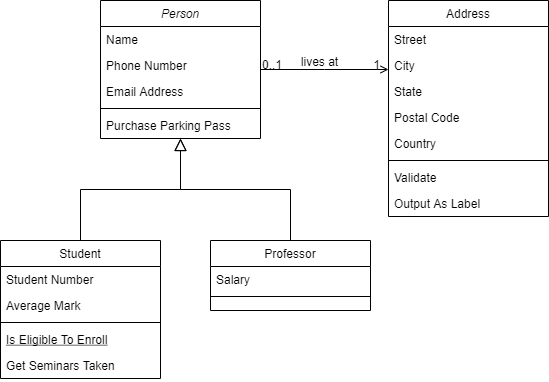
Earlier version of the draw.io export WindowManagerClasses.png (baranov-V-V/WindowManager). Source tidied: cells renumbered, new cells last; positions are measured from the earlier drawing's top-left corner, leaving out a move shared by most shapes. Its diagram source:
```xml
<mxGraphModel>
  <root>
    <mxCell id="0" />
    <mxCell id="1" parent="0" />
    <mxCell id="2" value="Person" style="swimlane;fontStyle=2;align=center;verticalAlign=top;horizontal=1;startSize=26;rounded=0;shadow=0;strokeWidth=1;" parent="1" vertex="1">
      <mxGeometry x="100" width="160" height="138" as="geometry" />
    </mxCell>
    <mxCell id="3" value="Name" style="text;align=left;verticalAlign=top;spacingLeft=4;spacingRight=4;overflow=hidden;" parent="2" vertex="1">
      <mxGeometry y="26" width="160" height="26" as="geometry" />
    </mxCell>
    <mxCell id="4" value="Phone Number" style="text;align=left;verticalAlign=top;spacingLeft=4;spacingRight=4;overflow=hidden;rounded=0;shadow=0;html=0;" parent="2" vertex="1">
      <mxGeometry y="52" width="160" height="26" as="geometry" />
    </mxCell>
    <mxCell id="5" value="Email Address" style="text;align=left;verticalAlign=top;spacingLeft=4;spacingRight=4;overflow=hidden;rounded=0;shadow=0;html=0;" parent="2" vertex="1">
      <mxGeometry y="78" width="160" height="26" as="geometry" />
    </mxCell>
    <mxCell id="6" style="line;html=1;strokeWidth=1;align=left;verticalAlign=middle;spacingTop=-1;spacingLeft=3;spacingRight=3;labelPosition=right;" parent="2" vertex="1">
      <mxGeometry y="104" width="160" height="8" as="geometry" />
    </mxCell>
    <mxCell id="7" value="Purchase Parking Pass" style="text;align=left;verticalAlign=top;spacingLeft=4;spacingRight=4;overflow=hidden;" parent="2" vertex="1">
      <mxGeometry y="112" width="160" height="26" as="geometry" />
    </mxCell>
    <mxCell id="8" value="Student" style="swimlane;fontStyle=0;align=center;verticalAlign=top;horizontal=1;startSize=26;rounded=0;shadow=0;strokeWidth=1;" parent="1" vertex="1">
      <mxGeometry y="240" width="160" height="138" as="geometry" />
    </mxCell>
    <mxCell id="9" value="Student Number" style="text;align=left;verticalAlign=top;spacingLeft=4;spacingRight=4;overflow=hidden;" parent="8" vertex="1">
      <mxGeometry y="26" width="160" height="26" as="geometry" />
    </mxCell>
    <mxCell id="10" value="Average Mark" style="text;align=left;verticalAlign=top;spacingLeft=4;spacingRight=4;overflow=hidden;rounded=0;shadow=0;html=0;" parent="8" vertex="1">
      <mxGeometry y="52" width="160" height="26" as="geometry" />
    </mxCell>
    <mxCell id="11" style="line;html=1;strokeWidth=1;align=left;verticalAlign=middle;spacingTop=-1;spacingLeft=3;spacingRight=3;labelPosition=right;" parent="8" vertex="1">
      <mxGeometry y="78" width="160" height="8" as="geometry" />
    </mxCell>
    <mxCell id="12" value="Is Eligible To Enroll" style="text;align=left;verticalAlign=top;spacingLeft=4;spacingRight=4;overflow=hidden;fontStyle=4;" parent="8" vertex="1">
      <mxGeometry y="86" width="160" height="26" as="geometry" />
    </mxCell>
    <mxCell id="13" value="Get Seminars Taken" style="text;align=left;verticalAlign=top;spacingLeft=4;spacingRight=4;overflow=hidden;" parent="8" vertex="1">
      <mxGeometry y="112" width="160" height="26" as="geometry" />
    </mxCell>
    <mxCell id="14" style="endArrow=block;endSize=10;endFill=0;shadow=0;strokeWidth=1;rounded=0;edgeStyle=elbowEdgeStyle;elbow=vertical;" parent="1" edge="1" source="8" target="2">
      <mxGeometry relative="1" as="geometry" />
    </mxCell>
    <mxCell id="15" value="Professor" style="swimlane;fontStyle=0;align=center;verticalAlign=top;horizontal=1;startSize=26;rounded=0;shadow=0;strokeWidth=1;" parent="1" vertex="1">
      <mxGeometry x="210" y="240" width="160" height="70" as="geometry" />
    </mxCell>
    <mxCell id="16" value="Salary" style="text;align=left;verticalAlign=top;spacingLeft=4;spacingRight=4;overflow=hidden;" parent="15" vertex="1">
      <mxGeometry y="26" width="160" height="26" as="geometry" />
    </mxCell>
    <mxCell id="17" style="line;html=1;strokeWidth=1;align=left;verticalAlign=middle;spacingTop=-1;spacingLeft=3;spacingRight=3;labelPosition=right;" parent="15" vertex="1">
      <mxGeometry y="52" width="160" height="8" as="geometry" />
    </mxCell>
    <mxCell id="18" style="endArrow=block;endSize=10;endFill=0;shadow=0;strokeWidth=1;rounded=0;edgeStyle=elbowEdgeStyle;elbow=vertical;" parent="1" edge="1" source="15" target="2">
      <mxGeometry relative="1" as="geometry" />
    </mxCell>
    <mxCell id="19" value="Address" style="swimlane;fontStyle=0;align=center;verticalAlign=top;horizontal=1;startSize=26;rounded=0;shadow=0;strokeWidth=1;" parent="1" vertex="1">
      <mxGeometry x="388" width="160" height="216" as="geometry" />
    </mxCell>
    <mxCell id="20" value="Street" style="text;align=left;verticalAlign=top;spacingLeft=4;spacingRight=4;overflow=hidden;" parent="19" vertex="1">
      <mxGeometry y="26" width="160" height="26" as="geometry" />
    </mxCell>
    <mxCell id="21" value="City" style="text;align=left;verticalAlign=top;spacingLeft=4;spacingRight=4;overflow=hidden;rounded=0;shadow=0;html=0;" parent="19" vertex="1">
      <mxGeometry y="52" width="160" height="26" as="geometry" />
    </mxCell>
    <mxCell id="22" value="State" style="text;align=left;verticalAlign=top;spacingLeft=4;spacingRight=4;overflow=hidden;rounded=0;shadow=0;html=0;" parent="19" vertex="1">
      <mxGeometry y="78" width="160" height="26" as="geometry" />
    </mxCell>
    <mxCell id="23" value="Postal Code" style="text;align=left;verticalAlign=top;spacingLeft=4;spacingRight=4;overflow=hidden;rounded=0;shadow=0;html=0;" parent="19" vertex="1">
      <mxGeometry y="104" width="160" height="26" as="geometry" />
    </mxCell>
    <mxCell id="24" value="Country" style="text;align=left;verticalAlign=top;spacingLeft=4;spacingRight=4;overflow=hidden;rounded=0;shadow=0;html=0;" parent="19" vertex="1">
      <mxGeometry y="130" width="160" height="26" as="geometry" />
    </mxCell>
    <mxCell id="25" style="line;html=1;strokeWidth=1;align=left;verticalAlign=middle;spacingTop=-1;spacingLeft=3;spacingRight=3;labelPosition=right;" parent="19" vertex="1">
      <mxGeometry y="156" width="160" height="8" as="geometry" />
    </mxCell>
    <mxCell id="26" value="Validate" style="text;align=left;verticalAlign=top;spacingLeft=4;spacingRight=4;overflow=hidden;" parent="19" vertex="1">
      <mxGeometry y="164" width="160" height="26" as="geometry" />
    </mxCell>
    <mxCell id="27" value="Output As Label" style="text;align=left;verticalAlign=top;spacingLeft=4;spacingRight=4;overflow=hidden;" parent="19" vertex="1">
      <mxGeometry y="190" width="160" height="26" as="geometry" />
    </mxCell>
    <mxCell id="28" style="endArrow=open;shadow=0;strokeWidth=1;rounded=0;endFill=1;edgeStyle=elbowEdgeStyle;elbow=vertical;" parent="1" edge="1" source="2" target="19">
      <mxGeometry x="0.5" y="41" relative="1" as="geometry">
        <mxPoint x="-40" y="32" as="offset" />
      </mxGeometry>
    </mxCell>
    <mxCell id="29" value="0..1" style="align=left;verticalAlign=bottom;labelBackgroundColor=none;fontSize=12;" parent="28" vertex="1">
      <mxGeometry x="-1" relative="1" as="geometry">
        <mxPoint y="4" as="offset" />
      </mxGeometry>
    </mxCell>
    <mxCell id="30" value="1" style="align=right;verticalAlign=bottom;labelBackgroundColor=none;fontSize=12;" parent="28" vertex="1">
      <mxGeometry x="1" relative="1" as="geometry">
        <mxPoint x="-7" y="4" as="offset" />
      </mxGeometry>
    </mxCell>
    <mxCell id="31" value="lives at" style="text;html=1;align=center;verticalAlign=middle;labelBackgroundColor=none;rounded=0;shadow=0;strokeWidth=1;fontSize=12;" parent="28" vertex="1">
      <mxGeometry x="0.5" y="49" relative="1" as="geometry">
        <mxPoint x="-38" y="40" as="offset" />
      </mxGeometry>
    </mxCell>
  </root>
</mxGraphModel>
```
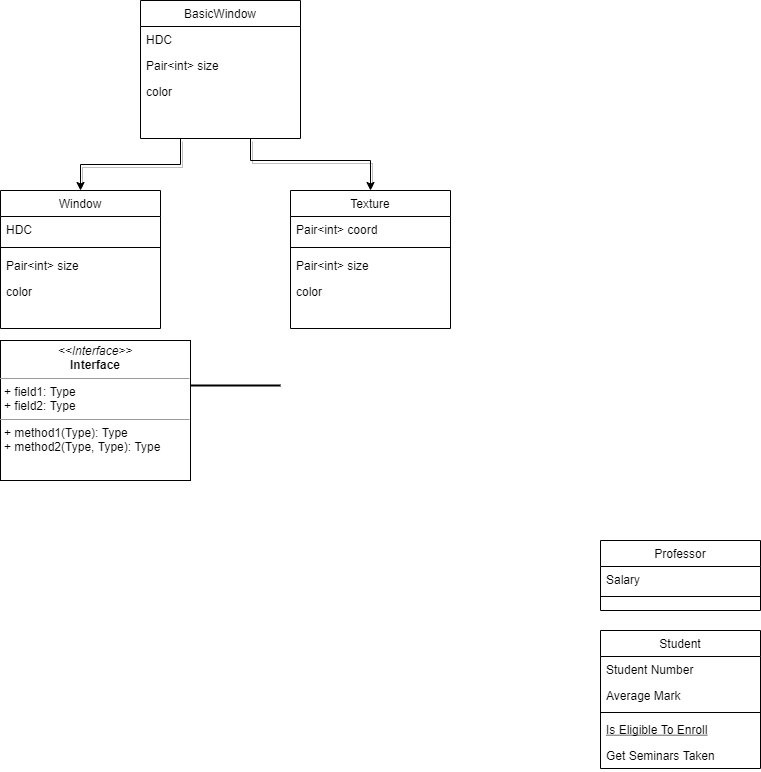
Above is the later version.

Diff of the diagram source:
```diff
@@ -2,26 +2,20 @@
   <root>
     <mxCell id="0" />
     <mxCell id="1" parent="0" />
-    <mxCell id="2" value="Person" style="swimlane;fontStyle=2;align=center;verticalAlign=top;horizontal=1;startSize=26;rounded=0;shadow=0;strokeWidth=1;" parent="1" vertex="1">
-      <mxGeometry x="100" width="160" height="138" as="geometry" />
+    <mxCell id="2" value="BasicWindow" style="swimlane;fontStyle=0;align=center;verticalAlign=top;horizontal=1;startSize=26;rounded=0;shadow=0;strokeWidth=1;" parent="1" vertex="1">
+      <mxGeometry x="170" y="-120" width="160" height="138" as="geometry" />
     </mxCell>
-    <mxCell id="3" value="Name" style="text;align=left;verticalAlign=top;spacingLeft=4;spacingRight=4;overflow=hidden;" parent="2" vertex="1">
+    <mxCell id="3" value="HDC" style="text;align=left;verticalAlign=top;spacingLeft=4;spacingRight=4;overflow=hidden;" parent="2" vertex="1">
       <mxGeometry y="26" width="160" height="26" as="geometry" />
     </mxCell>
-    <mxCell id="4" value="Phone Number" style="text;align=left;verticalAlign=top;spacingLeft=4;spacingRight=4;overflow=hidden;rounded=0;shadow=0;html=0;" parent="2" vertex="1">
+    <mxCell id="4" value="Pair&lt;int&gt; size" style="text;align=left;verticalAlign=top;spacingLeft=4;spacingRight=4;overflow=hidden;rounded=0;shadow=0;html=0;" parent="2" vertex="1">
       <mxGeometry y="52" width="160" height="26" as="geometry" />
     </mxCell>
-    <mxCell id="5" value="Email Address" style="text;align=left;verticalAlign=top;spacingLeft=4;spacingRight=4;overflow=hidden;rounded=0;shadow=0;html=0;" parent="2" vertex="1">
+    <mxCell id="5" value="color" style="text;align=left;verticalAlign=top;spacingLeft=4;spacingRight=4;overflow=hidden;rounded=0;shadow=0;html=0;" parent="2" vertex="1">
       <mxGeometry y="78" width="160" height="26" as="geometry" />
     </mxCell>
-    <mxCell id="6" style="line;html=1;strokeWidth=1;align=left;verticalAlign=middle;spacingTop=-1;spacingLeft=3;spacingRight=3;labelPosition=right;" parent="2" vertex="1">
-      <mxGeometry y="104" width="160" height="8" as="geometry" />
-    </mxCell>
-    <mxCell id="7" value="Purchase Parking Pass" style="text;align=left;verticalAlign=top;spacingLeft=4;spacingRight=4;overflow=hidden;" parent="2" vertex="1">
-      <mxGeometry y="112" width="160" height="26" as="geometry" />
-    </mxCell>
     <mxCell id="8" value="Student" style="swimlane;fontStyle=0;align=center;verticalAlign=top;horizontal=1;startSize=26;rounded=0;shadow=0;strokeWidth=1;" parent="1" vertex="1">
-      <mxGeometry y="240" width="160" height="138" as="geometry" />
+      <mxGeometry x="630" y="510" width="160" height="138" as="geometry" />
     </mxCell>
     <mxCell id="9" value="Student Number" style="text;align=left;verticalAlign=top;spacingLeft=4;spacingRight=4;overflow=hidden;" parent="8" vertex="1">
       <mxGeometry y="26" width="160" height="26" as="geometry" />
@@ -38,11 +32,8 @@
     <mxCell id="13" value="Get Seminars Taken" style="text;align=left;verticalAlign=top;spacingLeft=4;spacingRight=4;overflow=hidden;" parent="8" vertex="1">
       <mxGeometry y="112" width="160" height="26" as="geometry" />
     </mxCell>
-    <mxCell id="14" style="endArrow=block;endSize=10;endFill=0;shadow=0;strokeWidth=1;rounded=0;edgeStyle=elbowEdgeStyle;elbow=vertical;" parent="1" edge="1" source="8" target="2">
-      <mxGeometry relative="1" as="geometry" />
-    </mxCell>
     <mxCell id="15" value="Professor" style="swimlane;fontStyle=0;align=center;verticalAlign=top;horizontal=1;startSize=26;rounded=0;shadow=0;strokeWidth=1;" parent="1" vertex="1">
-      <mxGeometry x="210" y="240" width="160" height="70" as="geometry" />
+      <mxGeometry x="630" y="420" width="160" height="70" as="geometry" />
     </mxCell>
     <mxCell id="16" value="Salary" style="text;align=left;verticalAlign=top;spacingLeft=4;spacingRight=4;overflow=hidden;" parent="15" vertex="1">
       <mxGeometry y="26" width="160" height="26" as="geometry" />
@@ -50,55 +41,56 @@
     <mxCell id="17" style="line;html=1;strokeWidth=1;align=left;verticalAlign=middle;spacingTop=-1;spacingLeft=3;spacingRight=3;labelPosition=right;" parent="15" vertex="1">
       <mxGeometry y="52" width="160" height="8" as="geometry" />
     </mxCell>
-    <mxCell id="18" style="endArrow=block;endSize=10;endFill=0;shadow=0;strokeWidth=1;rounded=0;edgeStyle=elbowEdgeStyle;elbow=vertical;" parent="1" edge="1" source="15" target="2">
-      <mxGeometry relative="1" as="geometry" />
-    </mxCell>
-    <mxCell id="19" value="Address" style="swimlane;fontStyle=0;align=center;verticalAlign=top;horizontal=1;startSize=26;rounded=0;shadow=0;strokeWidth=1;" parent="1" vertex="1">
-      <mxGeometry x="388" width="160" height="216" as="geometry" />
-    </mxCell>
-    <mxCell id="20" value="Street" style="text;align=left;verticalAlign=top;spacingLeft=4;spacingRight=4;overflow=hidden;" parent="19" vertex="1">
-      <mxGeometry y="26" width="160" height="26" as="geometry" />
-    </mxCell>
-    <mxCell id="21" value="City" style="text;align=left;verticalAlign=top;spacingLeft=4;spacingRight=4;overflow=hidden;rounded=0;shadow=0;html=0;" parent="19" vertex="1">
-      <mxGeometry y="52" width="160" height="26" as="geometry" />
-    </mxCell>
-    <mxCell id="22" value="State" style="text;align=left;verticalAlign=top;spacingLeft=4;spacingRight=4;overflow=hidden;rounded=0;shadow=0;html=0;" parent="19" vertex="1">
-      <mxGeometry y="78" width="160" height="26" as="geometry" />
-    </mxCell>
-    <mxCell id="23" value="Postal Code" style="text;align=left;verticalAlign=top;spacingLeft=4;spacingRight=4;overflow=hidden;rounded=0;shadow=0;html=0;" parent="19" vertex="1">
-      <mxGeometry y="104" width="160" height="26" as="geometry" />
-    </mxCell>
-    <mxCell id="24" value="Country" style="text;align=left;verticalAlign=top;spacingLeft=4;spacingRight=4;overflow=hidden;rounded=0;shadow=0;html=0;" parent="19" vertex="1">
-      <mxGeometry y="130" width="160" height="26" as="geometry" />
-    </mxCell>
-    <mxCell id="25" style="line;html=1;strokeWidth=1;align=left;verticalAlign=middle;spacingTop=-1;spacingLeft=3;spacingRight=3;labelPosition=right;" parent="19" vertex="1">
-      <mxGeometry y="156" width="160" height="8" as="geometry" />
-    </mxCell>
-    <mxCell id="26" value="Validate" style="text;align=left;verticalAlign=top;spacingLeft=4;spacingRight=4;overflow=hidden;" parent="19" vertex="1">
-      <mxGeometry y="164" width="160" height="26" as="geometry" />
-    </mxCell>
-    <mxCell id="27" value="Output As Label" style="text;align=left;verticalAlign=top;spacingLeft=4;spacingRight=4;overflow=hidden;" parent="19" vertex="1">
-      <mxGeometry y="190" width="160" height="26" as="geometry" />
-    </mxCell>
-    <mxCell id="28" style="endArrow=open;shadow=0;strokeWidth=1;rounded=0;endFill=1;edgeStyle=elbowEdgeStyle;elbow=vertical;" parent="1" edge="1" source="2" target="19">
-      <mxGeometry x="0.5" y="41" relative="1" as="geometry">
-        <mxPoint x="-40" y="32" as="offset" />
-      </mxGeometry>
-    </mxCell>
-    <mxCell id="29" value="0..1" style="align=left;verticalAlign=bottom;labelBackgroundColor=none;fontSize=12;" parent="28" vertex="1">
-      <mxGeometry x="-1" relative="1" as="geometry">
-        <mxPoint y="4" as="offset" />
-      </mxGeometry>
-    </mxCell>
-    <mxCell id="30" value="1" style="align=right;verticalAlign=bottom;labelBackgroundColor=none;fontSize=12;" parent="28" vertex="1">
-      <mxGeometry x="1" relative="1" as="geometry">
-        <mxPoint x="-7" y="4" as="offset" />
-      </mxGeometry>
-    </mxCell>
-    <mxCell id="31" value="lives at" style="text;html=1;align=center;verticalAlign=middle;labelBackgroundColor=none;rounded=0;shadow=0;strokeWidth=1;fontSize=12;" parent="28" vertex="1">
-      <mxGeometry x="0.5" y="49" relative="1" as="geometry">
-        <mxPoint x="-38" y="40" as="offset" />
-      </mxGeometry>
-    </mxCell>
+    <mxCell id="32" value="Texture" style="swimlane;fontStyle=0;align=center;verticalAlign=top;horizontal=1;startSize=26;rounded=0;shadow=0;strokeWidth=1;" parent="1" vertex="1">
+      <mxGeometry x="320" y="70" width="160" height="138" as="geometry" />
+    </mxCell>
+    <mxCell id="33" value="Pair&lt;int&gt; coord" style="text;align=left;verticalAlign=top;spacingLeft=4;spacingRight=4;overflow=hidden;" parent="32" vertex="1">
+      <mxGeometry y="26" width="160" height="26" as="geometry" />
+    </mxCell>
+    <mxCell id="34" style="line;strokeWidth=1;html=1;" parent="32" vertex="1">
+      <mxGeometry y="52" width="160" height="10" as="geometry" />
+    </mxCell>
+    <mxCell id="35" value="Pair&lt;int&gt; size" style="text;align=left;verticalAlign=top;spacingLeft=4;spacingRight=4;overflow=hidden;rounded=0;shadow=0;html=0;" parent="32" vertex="1">
+      <mxGeometry y="62" width="160" height="26" as="geometry" />
+    </mxCell>
+    <mxCell id="36" value="color" style="text;align=left;verticalAlign=top;spacingLeft=4;spacingRight=4;overflow=hidden;rounded=0;shadow=0;html=0;" parent="32" vertex="1">
+      <mxGeometry y="88" width="160" height="26" as="geometry" />
+    </mxCell>
+    <mxCell id="37" value="Window" style="swimlane;fontStyle=0;align=center;verticalAlign=top;horizontal=1;startSize=26;rounded=0;shadow=0;strokeWidth=1;" parent="1" vertex="1">
+      <mxGeometry x="30" y="70" width="160" height="138" as="geometry" />
+    </mxCell>
+    <mxCell id="38" value="HDC" style="text;align=left;verticalAlign=top;spacingLeft=4;spacingRight=4;overflow=hidden;" parent="37" vertex="1">
+      <mxGeometry y="26" width="160" height="26" as="geometry" />
+    </mxCell>
+    <mxCell id="39" style="line;strokeWidth=1;html=1;" parent="37" vertex="1">
+      <mxGeometry y="52" width="160" height="10" as="geometry" />
+    </mxCell>
+    <mxCell id="40" value="Pair&lt;int&gt; size" style="text;align=left;verticalAlign=top;spacingLeft=4;spacingRight=4;overflow=hidden;rounded=0;shadow=0;html=0;" parent="37" vertex="1">
+      <mxGeometry y="62" width="160" height="26" as="geometry" />
+    </mxCell>
+    <mxCell id="41" value="color" style="text;align=left;verticalAlign=top;spacingLeft=4;spacingRight=4;overflow=hidden;rounded=0;shadow=0;html=0;" parent="37" vertex="1">
+      <mxGeometry y="88" width="160" height="26" as="geometry" />
+    </mxCell>
+    <mxCell id="42" style="edgeStyle=elbowEdgeStyle;elbow=vertical;endArrow=classic;html=1;rounded=0;shadow=1;exitX=0.25;exitY=1;exitDx=0;exitDy=0;entryX=0.5;entryY=0;entryDx=0;entryDy=0;" parent="1" edge="1">
+      <mxGeometry relative="1" as="geometry">
+        <mxPoint x="210" y="18" as="sourcePoint" />
+        <mxPoint x="110" y="70" as="targetPoint" />
+      </mxGeometry>
+    </mxCell>
+    <mxCell id="43" style="edgeStyle=elbowEdgeStyle;elbow=vertical;endArrow=classic;html=1;rounded=0;shadow=1;exitX=0.25;exitY=1;exitDx=0;exitDy=0;entryX=0.5;entryY=0;entryDx=0;entryDy=0;" parent="1" edge="1" target="32">
+      <mxGeometry relative="1" as="geometry">
+        <mxPoint x="280" y="18" as="sourcePoint" />
+        <Array as="points">
+          <mxPoint x="330" y="40" />
+          <mxPoint x="300" y="70" />
+        </Array>
+      </mxGeometry>
+    </mxCell>
+    <mxCell id="44" style="line;strokeWidth=2;html=1;" parent="1" vertex="1">
+      <mxGeometry x="150" y="260" width="160" height="10" as="geometry" />
+    </mxCell>
+    <mxCell id="45" value="&lt;p style=&quot;margin:0px;margin-top:4px;text-align:center;&quot;&gt;&lt;i&gt;&amp;lt;&amp;lt;Interface&amp;gt;&amp;gt;&lt;/i&gt;&lt;br/&gt;&lt;b&gt;Interface&lt;/b&gt;&lt;/p&gt;&lt;hr size=&quot;1&quot;/&gt;&lt;p style=&quot;margin:0px;margin-left:4px;&quot;&gt;+ field1: Type&lt;br/&gt;+ field2: Type&lt;/p&gt;&lt;hr size=&quot;1&quot;/&gt;&lt;p style=&quot;margin:0px;margin-left:4px;&quot;&gt;+ method1(Type): Type&lt;br/&gt;+ method2(Type, Type): Type&lt;/p&gt;" style="verticalAlign=top;align=left;overflow=fill;fontSize=12;fontFamily=Helvetica;html=1;strokeWidth=1;" parent="1" vertex="1">
+      <mxGeometry x="30" y="220" width="190" height="140" as="geometry" />
+    </mxCell>
   </root>
 </mxGraphModel>
```
